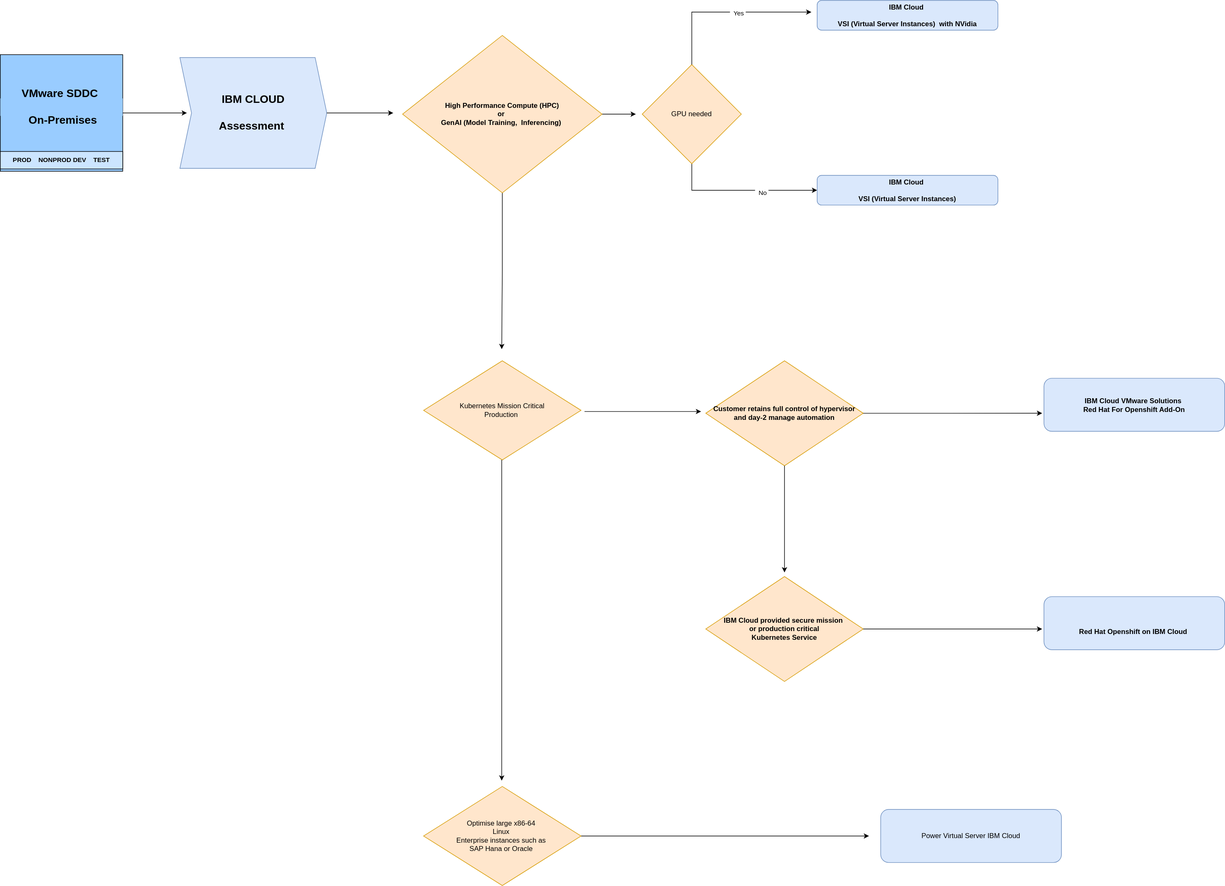
ibm-cloud-docs/pattern-migration-options-vmware-workloads keeps this draw.io diagram as decisionmatrixoptimize.svg. Above is the earlier version. Source tidied: cells renumbered, new cells last; positions are measured from the earlier drawing's top-left corner, leaving out a move shared by most shapes.
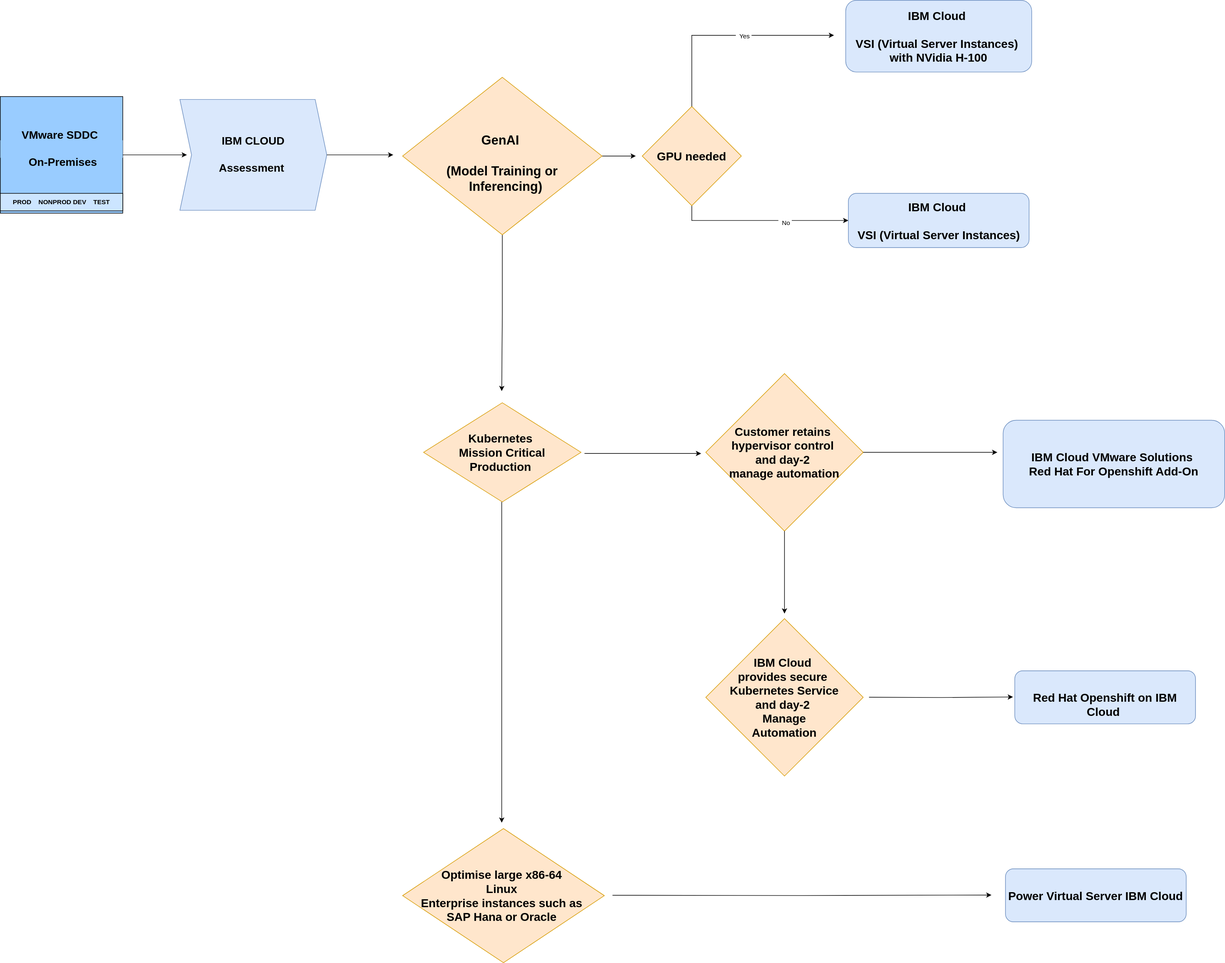
After the commit.

The edit, as a diff of the source:
```diff
@@ -14,14 +14,14 @@
     <mxCell id="5" value="&lt;b style=&quot;font-size: 19px;&quot;&gt;&lt;font style=&quot;font-size: 19px;&quot;&gt;VMware SDDC&amp;nbsp;&lt;/font&gt;&lt;/b&gt;&lt;div style=&quot;font-size: 19px;&quot;&gt;&lt;b style=&quot;&quot;&gt;&lt;font style=&quot;font-size: 19px;&quot;&gt;&lt;br&gt;&lt;/font&gt;&lt;/b&gt;&lt;div style=&quot;&quot;&gt;&lt;b style=&quot;&quot;&gt;&lt;font style=&quot;font-size: 19px;&quot;&gt;&amp;nbsp;On-Premises&lt;/font&gt;&lt;/b&gt;&lt;/div&gt;&lt;/div&gt;" style="rounded=0;whiteSpace=wrap;html=1;labelPosition=center;verticalLabelPosition=middle;align=center;verticalAlign=middle;strokeColor=none;fillColor=#99CCFF;" parent="1" vertex="1">
       <mxGeometry y="168" width="210" height="30" as="geometry" />
     </mxCell>
-    <mxCell id="6" value="&lt;b&gt;IBM Cloud&amp;nbsp;&lt;/b&gt;&lt;div&gt;&lt;b&gt;&lt;br&gt;&lt;/b&gt;&lt;/div&gt;&lt;div&gt;&lt;b&gt;VSI (Virtual Server Instances)&amp;nbsp; with NVidia&lt;/b&gt;&lt;/div&gt;" style="rounded=1;whiteSpace=wrap;html=1;fillColor=#dae8fc;strokeColor=#6c8ebf;" parent="1" vertex="1">
-      <mxGeometry x="1401" width="310" height="51" as="geometry" />
+    <mxCell id="6" value="&lt;b style=&quot;font-size: 20px;&quot;&gt;&lt;font style=&quot;font-size: 20px;&quot;&gt;IBM Cloud&amp;nbsp;&lt;/font&gt;&lt;/b&gt;&lt;div style=&quot;font-size: 20px;&quot;&gt;&lt;b&gt;&lt;font style=&quot;font-size: 20px;&quot;&gt;&lt;br&gt;&lt;/font&gt;&lt;/b&gt;&lt;/div&gt;&lt;div style=&quot;font-size: 20px;&quot;&gt;&lt;b style=&quot;&quot;&gt;&lt;font style=&quot;font-size: 20px;&quot;&gt;VSI (Virtual Server Instances)&amp;nbsp; with NVidia H-100&lt;/font&gt;&lt;/b&gt;&lt;/div&gt;" style="rounded=1;whiteSpace=wrap;html=1;fillColor=#dae8fc;strokeColor=#6c8ebf;" parent="1" vertex="1">
+      <mxGeometry x="1450" y="-72" width="319" height="123" as="geometry" />
     </mxCell>
-    <mxCell id="7" value="&lt;div&gt;Kubernetes Mission Critical&lt;/div&gt;&lt;div&gt;Production&amp;nbsp;&lt;/div&gt;" style="rhombus;whiteSpace=wrap;html=1;fillColor=#ffe6cc;strokeColor=#d79b00;" parent="1" vertex="1">
+    <mxCell id="7" value="&lt;div style=&quot;font-size: 20px;&quot;&gt;&lt;font style=&quot;font-size: 20px;&quot;&gt;&lt;b&gt;Kubernetes&amp;nbsp;&lt;/b&gt;&lt;/font&gt;&lt;/div&gt;&lt;div style=&quot;font-size: 20px;&quot;&gt;&lt;font style=&quot;font-size: 20px;&quot;&gt;&lt;b&gt;Mission Critical&lt;/b&gt;&lt;/font&gt;&lt;/div&gt;&lt;div style=&quot;font-size: 20px;&quot;&gt;&lt;font style=&quot;font-size: 20px;&quot;&gt;&lt;b&gt;Production&amp;nbsp;&lt;/b&gt;&lt;/font&gt;&lt;/div&gt;" style="rhombus;whiteSpace=wrap;html=1;fillColor=#ffe6cc;strokeColor=#d79b00;" parent="1" vertex="1">
       <mxGeometry x="726" y="618" width="270" height="170" as="geometry" />
     </mxCell>
-    <mxCell id="8" value="&lt;div&gt;&lt;b&gt;&lt;br&gt;&lt;/b&gt;&lt;/div&gt;&lt;b&gt;IBM Cloud VMware Solutions&lt;/b&gt;&lt;b style=&quot;background-color: initial;&quot;&gt;&amp;nbsp;&lt;/b&gt;&lt;div&gt;&lt;div&gt;&lt;b&gt;Red Hat For Openshift Add-On&lt;/b&gt;&lt;/div&gt;&lt;div&gt;&lt;br&gt;&lt;/div&gt;&lt;/div&gt;" style="rounded=1;whiteSpace=wrap;html=1;fillColor=#dae8fc;strokeColor=#6c8ebf;" parent="1" vertex="1">
-      <mxGeometry x="1790" y="648" width="310" height="91" as="geometry" />
+    <mxCell id="8" value="&lt;div style=&quot;font-size: 20px;&quot;&gt;&lt;b style=&quot;&quot;&gt;&lt;font style=&quot;font-size: 20px;&quot;&gt;&lt;br&gt;&lt;/font&gt;&lt;/b&gt;&lt;/div&gt;&lt;font style=&quot;font-size: 20px;&quot;&gt;&lt;b&gt;IBM Cloud VMware Solutions&lt;/b&gt;&lt;b style=&quot;background-color: initial;&quot;&gt;&amp;nbsp;&lt;/b&gt;&lt;/font&gt;&lt;div style=&quot;font-size: 20px;&quot;&gt;&lt;div style=&quot;&quot;&gt;&lt;b&gt;&lt;font style=&quot;font-size: 20px;&quot;&gt;Red Hat For Openshift Add-On&lt;/font&gt;&lt;/b&gt;&lt;/div&gt;&lt;div&gt;&lt;br&gt;&lt;/div&gt;&lt;/div&gt;" style="rounded=1;whiteSpace=wrap;html=1;fillColor=#dae8fc;strokeColor=#6c8ebf;" parent="1" vertex="1">
+      <mxGeometry x="1720" y="648" width="380" height="150" as="geometry" />
     </mxCell>
     <mxCell id="9" style="edgeStyle=orthogonalEdgeStyle;rounded=0;jettySize=auto;html=1;exitX=0.5;exitY=1;exitDx=0;exitDy=0;entryX=0;entryY=0.5;entryDx=0;entryDy=0;" parent="1" edge="1" source="11" target="14">
       <mxGeometry relative="1" as="geometry" />
@@ -31,21 +31,23 @@
         <mxPoint y="1" as="offset" />
       </mxGeometry>
     </mxCell>
-    <mxCell id="11" value="&lt;div&gt;GPU needed&lt;/div&gt;" style="rhombus;whiteSpace=wrap;html=1;fillColor=#ffe6cc;strokeColor=#d79b00;" parent="1" vertex="1">
+    <mxCell id="11" value="&lt;div&gt;&lt;font style=&quot;font-size: 20px;&quot;&gt;&lt;b&gt;GPU needed&lt;/b&gt;&lt;/font&gt;&lt;/div&gt;" style="rhombus;whiteSpace=wrap;html=1;fillColor=#ffe6cc;strokeColor=#d79b00;" parent="1" vertex="1">
       <mxGeometry x="1101" y="110" width="170" height="170" as="geometry" />
     </mxCell>
-    <mxCell id="12" style="edgeStyle=orthogonalEdgeStyle;rounded=0;jettySize=auto;html=1;exitX=0.5;exitY=0;exitDx=0;exitDy=0;entryX=-0.032;entryY=0.392;entryDx=0;entryDy=0;entryPerimeter=0;" parent="1" edge="1" source="11" target="6">
+    <mxCell id="12" style="edgeStyle=orthogonalEdgeStyle;rounded=0;jettySize=auto;html=1;exitX=0.5;exitY=0;exitDx=0;exitDy=0;" parent="1" edge="1" source="11">
       <mxGeometry relative="1" as="geometry">
+        <mxPoint x="1430" y="-12" as="targetPoint" />
         <Array as="points">
-          <mxPoint x="1186" y="20" />
+          <mxPoint x="1186" y="-12" />
+          <mxPoint x="1330" y="-12" />
         </Array>
       </mxGeometry>
     </mxCell>
     <mxCell id="13" value="&amp;nbsp; Yes&amp;nbsp;" style="edgeLabel;html=1;align=center;verticalAlign=middle;" parent="12" vertex="1">
       <mxGeometry x="0.15" y="-1" relative="1" as="geometry" />
     </mxCell>
-    <mxCell id="14" value="&lt;b&gt;IBM Cloud&amp;nbsp;&lt;/b&gt;&lt;div&gt;&lt;b&gt;&lt;br&gt;&lt;/b&gt;&lt;/div&gt;&lt;div&gt;&lt;b&gt;VSI (Virtual Server Instances)&lt;/b&gt;&lt;/div&gt;" style="rounded=1;whiteSpace=wrap;html=1;fillColor=#dae8fc;strokeColor=#6c8ebf;" parent="1" vertex="1">
-      <mxGeometry x="1401" y="300" width="310" height="51" as="geometry" />
+    <mxCell id="14" value="&lt;b style=&quot;font-size: 20px;&quot;&gt;&lt;font style=&quot;font-size: 20px;&quot;&gt;IBM Cloud&amp;nbsp;&lt;/font&gt;&lt;/b&gt;&lt;div style=&quot;font-size: 20px;&quot;&gt;&lt;b&gt;&lt;font style=&quot;font-size: 20px;&quot;&gt;&lt;br&gt;&lt;/font&gt;&lt;/b&gt;&lt;/div&gt;&lt;div style=&quot;font-size: 20px;&quot;&gt;&lt;b style=&quot;&quot;&gt;&lt;font style=&quot;font-size: 20px;&quot;&gt;VSI (Virtual Server Instances)&lt;/font&gt;&lt;/b&gt;&lt;/div&gt;" style="rounded=1;whiteSpace=wrap;html=1;fillColor=#dae8fc;strokeColor=#6c8ebf;" parent="1" vertex="1">
+      <mxGeometry x="1454.5" y="259" width="310" height="93" as="geometry" />
     </mxCell>
     <mxCell id="15" style="edgeStyle=orthogonalEdgeStyle;rounded=0;jettySize=auto;html=1;exitX=1;exitY=0.5;exitDx=0;exitDy=0;entryX=-0.023;entryY=0.485;entryDx=0;entryDy=0;entryPerimeter=0;" parent="1" edge="1" source="2">
       <mxGeometry relative="1" as="geometry">
@@ -65,43 +67,48 @@
         <mxPoint x="860" y="598" as="targetPoint" />
       </mxGeometry>
     </mxCell>
-    <mxCell id="19" value="&lt;b&gt;High Performance Compute (HPC)&lt;/b&gt;&lt;div&gt;&lt;b&gt;or&amp;nbsp;&lt;/b&gt;&lt;/div&gt;&lt;div&gt;&lt;b&gt;GenAI (Model Training,&amp;nbsp; Inferencing)&amp;nbsp;&lt;/b&gt;&lt;/div&gt;" style="rhombus;whiteSpace=wrap;html=1;fillColor=#ffe6cc;strokeColor=#d79b00;" parent="1" vertex="1">
+    <mxCell id="19" value="&lt;font style=&quot;font-size: 22px;&quot;&gt;&lt;br&gt;&lt;/font&gt;&lt;div style=&quot;font-size: 22px;&quot;&gt;&lt;b style=&quot;&quot;&gt;&lt;font style=&quot;font-size: 22px;&quot;&gt;GenAI&amp;nbsp;&lt;/font&gt;&lt;/b&gt;&lt;/div&gt;&lt;div style=&quot;font-size: 22px;&quot;&gt;&lt;b style=&quot;&quot;&gt;&lt;font style=&quot;font-size: 22px;&quot;&gt;&lt;br&gt;&lt;/font&gt;&lt;/b&gt;&lt;/div&gt;&lt;div style=&quot;font-size: 22px;&quot;&gt;&lt;b style=&quot;&quot;&gt;&lt;font style=&quot;font-size: 22px;&quot;&gt;(Model Training or&lt;/font&gt;&lt;/b&gt;&lt;/div&gt;&lt;div style=&quot;font-size: 22px;&quot;&gt;&lt;b style=&quot;&quot;&gt;&lt;font style=&quot;font-size: 22px;&quot;&gt;&amp;nbsp; Inferencing)&lt;/font&gt;&lt;/b&gt;&lt;/div&gt;" style="rhombus;whiteSpace=wrap;html=1;fillColor=#ffe6cc;strokeColor=#d79b00;" parent="1" vertex="1">
       <mxGeometry x="690" y="60" width="342" height="270" as="geometry" />
     </mxCell>
-    <mxCell id="20" value="&lt;b&gt;Customer retains full control of hypervisor and day-2 manage automation&lt;/b&gt;" style="rhombus;whiteSpace=wrap;html=1;fillColor=#ffe6cc;strokeColor=#d79b00;" parent="1" vertex="1">
-      <mxGeometry x="1210" y="618" width="270" height="180" as="geometry" />
+    <mxCell id="20" value="&lt;b&gt;&lt;font style=&quot;font-size: 20px;&quot;&gt;Customer retains&amp;nbsp; hypervisor control&amp;nbsp;&lt;/font&gt;&lt;/b&gt;&lt;div&gt;&lt;b&gt;&lt;font style=&quot;font-size: 20px;&quot;&gt;and day-2&amp;nbsp;&lt;/font&gt;&lt;/b&gt;&lt;/div&gt;&lt;div&gt;&lt;b&gt;&lt;font style=&quot;font-size: 20px;&quot;&gt;manage automation&lt;/font&gt;&lt;/b&gt;&lt;/div&gt;" style="rhombus;whiteSpace=wrap;html=1;fillColor=#ffe6cc;strokeColor=#d79b00;" parent="1" vertex="1">
+      <mxGeometry x="1210" y="568" width="270" height="270" as="geometry" />
     </mxCell>
-    <mxCell id="21" value="&lt;div&gt;&lt;b&gt;&lt;br&gt;&lt;/b&gt;&lt;/div&gt;&lt;br&gt;&lt;div&gt;&lt;b&gt;Red Hat Openshift on IBM Cloud&amp;nbsp;&lt;/b&gt;&lt;/div&gt;" style="rounded=1;whiteSpace=wrap;html=1;fillColor=#dae8fc;strokeColor=#6c8ebf;" parent="1" vertex="1">
-      <mxGeometry x="1790" y="1022.5" width="310" height="91" as="geometry" />
+    <mxCell id="21" value="&lt;div style=&quot;font-size: 20px;&quot;&gt;&lt;b style=&quot;&quot;&gt;&lt;font style=&quot;font-size: 20px;&quot;&gt;&lt;br&gt;&lt;/font&gt;&lt;/b&gt;&lt;/div&gt;&lt;div style=&quot;font-size: 20px;&quot;&gt;&lt;b style=&quot;&quot;&gt;&lt;font style=&quot;font-size: 20px;&quot;&gt;Red Hat Openshift on IBM Cloud&amp;nbsp;&lt;/font&gt;&lt;/b&gt;&lt;/div&gt;" style="rounded=1;whiteSpace=wrap;html=1;fillColor=#dae8fc;strokeColor=#6c8ebf;" parent="1" vertex="1">
+      <mxGeometry x="1740" y="1077.5" width="310" height="91" as="geometry" />
     </mxCell>
-    <mxCell id="22" value="&lt;b&gt;IBM Cloud provided secure mission&amp;nbsp;&lt;/b&gt;&lt;div&gt;&lt;b&gt;or production critical&lt;/b&gt;&lt;/div&gt;&lt;div&gt;&lt;b&gt;Kubernetes Service&lt;/b&gt;&lt;/div&gt;" style="rhombus;whiteSpace=wrap;html=1;fillColor=#ffe6cc;strokeColor=#d79b00;" parent="1" vertex="1">
-      <mxGeometry x="1210" y="988" width="270" height="180" as="geometry" />
-    </mxCell>
     <mxCell id="23" style="edgeStyle=orthogonalEdgeStyle;rounded=0;orthogonalLoop=1;jettySize=auto;html=1;entryX=0;entryY=0.5;entryDx=0;entryDy=0;" parent="1" edge="1">
       <mxGeometry relative="1" as="geometry">
         <mxPoint x="1002" y="705" as="sourcePoint" />
         <mxPoint x="1202" y="705" as="targetPoint" />
       </mxGeometry>
     </mxCell>
-    <mxCell id="24" style="edgeStyle=orthogonalEdgeStyle;rounded=0;jettySize=auto;html=1;exitX=0.5;exitY=1;exitDx=0;exitDy=0;entryX=0.5;entryY=-0.039;entryDx=0;entryDy=0;entryPerimeter=0;" parent="1" edge="1" source="20" target="22">
-      <mxGeometry relative="1" as="geometry" />
+    <mxCell id="24" style="edgeStyle=orthogonalEdgeStyle;rounded=0;jettySize=auto;html=1;exitX=0.5;exitY=1;exitDx=0;exitDy=0;entryX=0.5;entryY=-0.039;entryDx=0;entryDy=0;entryPerimeter=0;" parent="1" edge="1" source="20">
+      <mxGeometry relative="1" as="geometry">
+        <mxPoint x="1345" y="979.4" as="targetPoint" />
+      </mxGeometry>
     </mxCell>
-    <mxCell id="25" style="edgeStyle=orthogonalEdgeStyle;rounded=0;jettySize=auto;html=1;exitX=1;exitY=0.5;exitDx=0;exitDy=0;entryX=-0.01;entryY=0.659;entryDx=0;entryDy=0;entryPerimeter=0;" parent="1" edge="1" source="20" target="8">
-      <mxGeometry relative="1" as="geometry" />
+    <mxCell id="25" style="edgeStyle=orthogonalEdgeStyle;rounded=0;jettySize=auto;html=1;exitX=1;exitY=0.5;exitDx=0;exitDy=0;" parent="1" edge="1" source="20">
+      <mxGeometry relative="1" as="geometry">
+        <mxPoint x="1710" y="703" as="targetPoint" />
+      </mxGeometry>
     </mxCell>
-    <mxCell id="26" style="edgeStyle=orthogonalEdgeStyle;rounded=0;jettySize=auto;html=1;exitX=1;exitY=0.5;exitDx=0;exitDy=0;entryX=-0.01;entryY=0.61;entryDx=0;entryDy=0;entryPerimeter=0;" parent="1" edge="1" source="22" target="21">
-      <mxGeometry relative="1" as="geometry" />
+    <mxCell id="26" style="edgeStyle=orthogonalEdgeStyle;rounded=0;orthogonalLoop=1;jettySize=auto;html=1;entryX=-0.01;entryY=0.61;entryDx=0;entryDy=0;entryPerimeter=0;" parent="1" edge="1">
+      <mxGeometry relative="1" as="geometry">
+        <mxPoint x="1490" y="1122.9" as="sourcePoint" />
+        <mxPoint x="1736.9" y="1122.4" as="targetPoint" />
+      </mxGeometry>
     </mxCell>
-    <mxCell id="27" style="edgeStyle=orthogonalEdgeStyle;rounded=0;jettySize=auto;html=1;exitX=1;exitY=0.5;exitDx=0;exitDy=0;" parent="1" edge="1" source="28">
+    <mxCell id="27" style="edgeStyle=orthogonalEdgeStyle;rounded=0;orthogonalLoop=1;jettySize=auto;html=1;exitX=1;exitY=0.5;exitDx=0;exitDy=0;" parent="1" edge="1">
       <mxGeometry relative="1" as="geometry">
-        <mxPoint x="1490" y="1433" as="targetPoint" />
+        <mxPoint x="1050" y="1462.4" as="sourcePoint" />
+        <mxPoint x="1700" y="1462" as="targetPoint" />
       </mxGeometry>
     </mxCell>
-    <mxCell id="28" value="&lt;div&gt;Optimise large x86-64&amp;nbsp;&lt;/div&gt;&lt;div&gt;Linux&amp;nbsp;&lt;/div&gt;&lt;div&gt;Enterprise instances such as&amp;nbsp;&lt;/div&gt;&lt;div&gt;SAP Hana or Oracle&amp;nbsp;&lt;/div&gt;" style="rhombus;whiteSpace=wrap;html=1;fillColor=#ffe6cc;strokeColor=#d79b00;" parent="1" vertex="1">
-      <mxGeometry x="726" y="1348" width="270" height="170" as="geometry" />
+    <mxCell id="28" value="&lt;div style=&quot;font-size: 20px;&quot;&gt;&lt;font style=&quot;font-size: 20px;&quot;&gt;&lt;b&gt;Optimise large x86-64&amp;nbsp;&lt;/b&gt;&lt;/font&gt;&lt;/div&gt;&lt;div style=&quot;font-size: 20px;&quot;&gt;&lt;font style=&quot;font-size: 20px;&quot;&gt;&lt;b&gt;Linux&amp;nbsp;&lt;/b&gt;&lt;/font&gt;&lt;/div&gt;&lt;div style=&quot;font-size: 20px;&quot;&gt;&lt;font style=&quot;font-size: 20px;&quot;&gt;&lt;b&gt;Enterprise instances such as&amp;nbsp;&lt;/b&gt;&lt;/font&gt;&lt;/div&gt;&lt;div style=&quot;font-size: 20px;&quot;&gt;&lt;font style=&quot;font-size: 20px;&quot;&gt;&lt;b&gt;SAP Hana or Oracle&amp;nbsp;&lt;/b&gt;&lt;/font&gt;&lt;/div&gt;" style="rhombus;whiteSpace=wrap;html=1;fillColor=#ffe6cc;strokeColor=#d79b00;" parent="1" vertex="1">
+      <mxGeometry x="690" y="1348" width="346" height="230" as="geometry" />
     </mxCell>
-    <mxCell id="29" value="Power Virtual Server IBM Cloud" style="rounded=1;whiteSpace=wrap;html=1;fillColor=#dae8fc;strokeColor=#6c8ebf;" parent="1" vertex="1">
-      <mxGeometry x="1510" y="1387.5" width="310" height="91" as="geometry" />
+    <mxCell id="29" value="&lt;font style=&quot;font-size: 20px;&quot;&gt;&lt;b&gt;Power Virtual Server IBM Cloud&lt;/b&gt;&lt;/font&gt;" style="rounded=1;whiteSpace=wrap;html=1;fillColor=#dae8fc;strokeColor=#6c8ebf;" parent="1" vertex="1">
+      <mxGeometry x="1724" y="1417" width="310" height="91" as="geometry" />
     </mxCell>
     <mxCell id="30" style="edgeStyle=orthogonalEdgeStyle;rounded=0;orthogonalLoop=1;jettySize=auto;html=1;" parent="1" edge="1">
       <mxGeometry relative="1" as="geometry">
@@ -109,5 +116,8 @@
         <mxPoint x="860" y="1338" as="targetPoint" />
       </mxGeometry>
     </mxCell>
+    <mxCell id="31" value="&lt;b style=&quot;font-size: 20px;&quot;&gt;IBM Cloud&amp;nbsp;&lt;/b&gt;&lt;div&gt;&lt;b style=&quot;font-size: 20px;&quot;&gt;provides secure&amp;nbsp;&lt;/b&gt;&lt;div style=&quot;font-size: 20px;&quot;&gt;&lt;b&gt;Kubernetes Service&lt;/b&gt;&lt;/div&gt;&lt;/div&gt;&lt;div style=&quot;font-size: 20px;&quot;&gt;&lt;b&gt;and day-2&amp;nbsp;&lt;/b&gt;&lt;/div&gt;&lt;div style=&quot;font-size: 20px;&quot;&gt;&lt;b&gt;Manage&lt;/b&gt;&lt;/div&gt;&lt;div style=&quot;font-size: 20px;&quot;&gt;&lt;b&gt;Automation&lt;/b&gt;&lt;/div&gt;" style="rhombus;whiteSpace=wrap;html=1;fillColor=#ffe6cc;strokeColor=#d79b00;" parent="1" vertex="1">
+      <mxGeometry x="1210" y="988" width="270" height="270" as="geometry" />
+    </mxCell>
   </root>
 </mxGraphModel>
```
